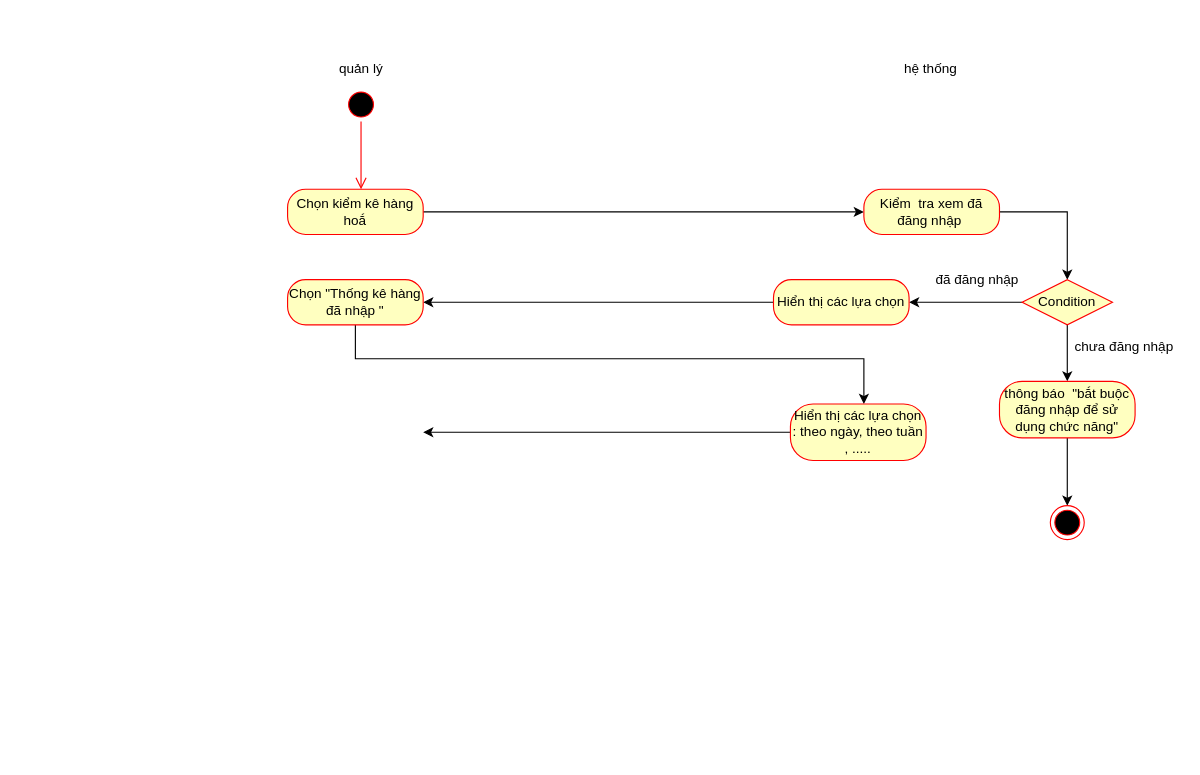
Earlier version of the draw.io diagram page "Page-6" (4 of 16) of Untitled Diagram.drawio (sonha1/aaaa). Source tidied: cells renumbered, new cells numbered last; positions are measured from the earlier drawing's top-left corner, leaving out a move shared by most shapes. Both pictures are drawn from the tidied source at 113%, with x=0, y=0 at pixel (287, 53).
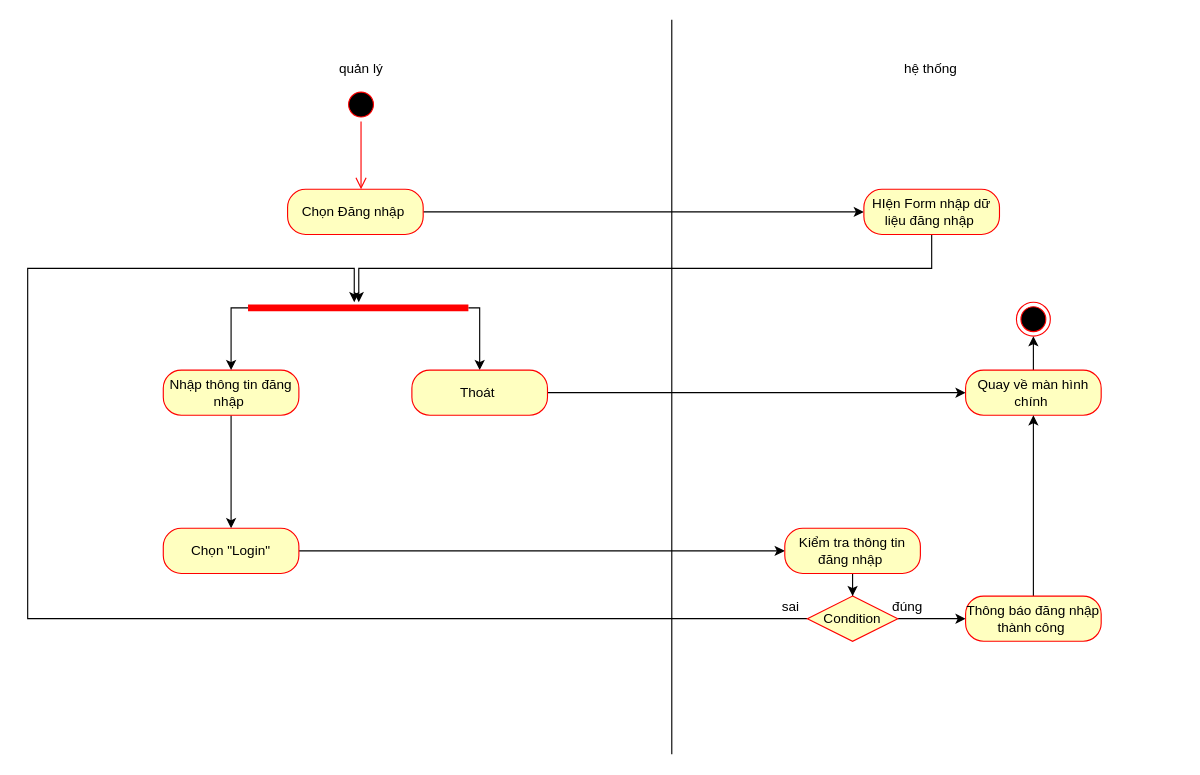
After the change.

What changed in the source:
```diff
@@
-    <mxCell id="7" value="Chọn kiểm kê hàng hoắ" style="rounded=1;whiteSpace=wrap;html=1;arcSize=40;fontColor=#000000;fillColor=#ffffc0;strokeColor=#ff0000;" parent="1" vertex="1">
+    <mxCell id="7" value="Chọn Đăng nhập&amp;nbsp;" style="rounded=1;whiteSpace=wrap;html=1;arcSize=40;fontColor=#000000;fillColor=#ffffc0;strokeColor=#ff0000;" parent="1" vertex="1">
       <mxGeometry y="120" width="120" height="40" as="geometry" />
     </mxCell>
-    <mxCell id="8" style="edgeStyle=orthogonalEdgeStyle;rounded=0;jettySize=auto;html=1;" parent="1" edge="1" source="9" target="12">
-      <mxGeometry relative="1" as="geometry" />
-    </mxCell>
+    <mxCell id="24" style="edgeStyle=orthogonalEdgeStyle;rounded=0;jettySize=auto;html=1;" parent="1" edge="1" source="9" target="28">
+      <mxGeometry relative="1" as="geometry">
+        <Array as="points">
+          <mxPoint x="570" y="190" />
+          <mxPoint x="63" y="190" />
+        </Array>
+      </mxGeometry>
+    </mxCell>
-    <mxCell id="9" value="Kiểm&amp;nbsp; tra xem đã đăng nhập&amp;nbsp;" style="rounded=1;whiteSpace=wrap;html=1;arcSize=40;fontColor=#000000;fillColor=#ffffc0;strokeColor=#ff0000;" parent="1" vertex="1">
+    <mxCell id="9" value="HIện Form nhập dữ liệu đăng nhập&amp;nbsp;" style="rounded=1;whiteSpace=wrap;html=1;arcSize=40;fontColor=#000000;fillColor=#ffffc0;strokeColor=#ff0000;" parent="1" vertex="1">
       <mxGeometry x="510" y="120" width="120" height="40" as="geometry" />
     </mxCell>
-    <mxCell id="10" style="edgeStyle=orthogonalEdgeStyle;rounded=0;jettySize=auto;html=1;entryX=1;entryY=0.5;entryDx=0;entryDy=0;" parent="1" edge="1" source="12" target="14">
-      <mxGeometry relative="1" as="geometry" />
-    </mxCell>
-    <mxCell id="11" style="edgeStyle=orthogonalEdgeStyle;rounded=0;jettySize=auto;html=1;" parent="1" edge="1" source="12" target="17">
-      <mxGeometry relative="1" as="geometry" />
-    </mxCell>
+    <mxCell id="25" style="edgeStyle=orthogonalEdgeStyle;rounded=0;jettySize=auto;html=1;" parent="1" edge="1" source="19">
+      <mxGeometry relative="1" as="geometry">
+        <mxPoint x="-50" y="420" as="targetPoint" />
+      </mxGeometry>
+    </mxCell>
+    <mxCell id="19" value="Nhập thông tin đăng nhập&amp;nbsp;" style="rounded=1;whiteSpace=wrap;html=1;arcSize=40;fontColor=#000000;fillColor=#ffffc0;strokeColor=#ff0000;" parent="1" vertex="1">
+      <mxGeometry x="-110" y="280" width="120" height="40" as="geometry" />
+    </mxCell>
+    <mxCell id="26" style="edgeStyle=orthogonalEdgeStyle;rounded=0;jettySize=auto;html=1;" parent="1" edge="1" source="28" target="19">
+      <mxGeometry relative="1" as="geometry">
+        <Array as="points">
+          <mxPoint x="-50" y="225" />
+        </Array>
+      </mxGeometry>
+    </mxCell>
+    <mxCell id="27" style="edgeStyle=orthogonalEdgeStyle;rounded=0;jettySize=auto;html=1;" parent="1" edge="1" source="28" target="30">
+      <mxGeometry relative="1" as="geometry">
+        <Array as="points">
+          <mxPoint x="170" y="225" />
+        </Array>
+      </mxGeometry>
+    </mxCell>
+    <mxCell id="28" style="shape=line;html=1;strokeWidth=6;strokeColor=#ff0000;" parent="1" vertex="1">
+      <mxGeometry x="-35" y="220" width="195" height="10" as="geometry" />
+    </mxCell>
+    <mxCell id="29" style="edgeStyle=orthogonalEdgeStyle;rounded=0;jettySize=auto;html=1;entryX=0;entryY=0.5;entryDx=0;entryDy=0;" parent="1" edge="1" source="30" target="35">
+      <mxGeometry relative="1" as="geometry" />
+    </mxCell>
+    <mxCell id="30" value="Thoát&amp;nbsp;" style="rounded=1;whiteSpace=wrap;html=1;arcSize=40;fontColor=#000000;fillColor=#ffffc0;strokeColor=#ff0000;" parent="1" vertex="1">
+      <mxGeometry x="110" y="280" width="120" height="40" as="geometry" />
+    </mxCell>
+    <mxCell id="31" style="endArrow=none;html=1;edgeStyle=orthogonalEdgeStyle;rounded=0;" parent="1" edge="1">
+      <mxGeometry relative="1" as="geometry">
+        <mxPoint x="340" y="620" as="sourcePoint" />
+        <mxPoint x="340" y="-30" as="targetPoint" />
+        <Array as="points">
+          <mxPoint x="340" y="-30" />
+        </Array>
+      </mxGeometry>
+    </mxCell>
+    <mxCell id="32" style="edgeStyle=orthogonalEdgeStyle;rounded=0;jettySize=auto;html=1;" parent="1" edge="1" source="33">
+      <mxGeometry relative="1" as="geometry">
+        <mxPoint x="440" y="440" as="targetPoint" />
+      </mxGeometry>
+    </mxCell>
+    <mxCell id="33" value="Chọn &quot;Login&quot;" style="rounded=1;whiteSpace=wrap;html=1;arcSize=40;fontColor=#000000;fillColor=#ffffc0;strokeColor=#ff0000;" parent="1" vertex="1">
+      <mxGeometry x="-110" y="420" width="120" height="40" as="geometry" />
+    </mxCell>
+    <mxCell id="34" style="edgeStyle=orthogonalEdgeStyle;rounded=0;jettySize=auto;html=1;entryX=0.5;entryY=1;entryDx=0;entryDy=0;" parent="1" edge="1" source="35" target="44">
+      <mxGeometry relative="1" as="geometry" />
+    </mxCell>
+    <mxCell id="35" value="Quay về màn hình chính&amp;nbsp;" style="rounded=1;whiteSpace=wrap;html=1;arcSize=40;fontColor=#000000;fillColor=#ffffc0;strokeColor=#ff0000;" parent="1" vertex="1">
+      <mxGeometry x="600" y="280" width="120" height="40" as="geometry" />
+    </mxCell>
+    <mxCell id="36" style="edgeStyle=orthogonalEdgeStyle;rounded=0;jettySize=auto;html=1;" parent="1" edge="1" source="37" target="12">
+      <mxGeometry relative="1" as="geometry" />
+    </mxCell>
+    <mxCell id="37" value="Kiểm tra thông tin đăng nhập&amp;nbsp;" style="rounded=1;whiteSpace=wrap;html=1;arcSize=40;fontColor=#000000;fillColor=#ffffc0;strokeColor=#ff0000;" parent="1" vertex="1">
+      <mxGeometry x="440" y="420" width="120" height="40" as="geometry" />
+    </mxCell>
+    <mxCell id="38" style="edgeStyle=orthogonalEdgeStyle;rounded=0;jettySize=auto;html=1;" parent="1" edge="1" source="12">
+      <mxGeometry relative="1" as="geometry">
+        <mxPoint x="59" y="220" as="targetPoint" />
+        <Array as="points">
+          <mxPoint x="-230" y="500" />
+          <mxPoint x="-230" y="190" />
+          <mxPoint x="59" y="190" />
+        </Array>
+      </mxGeometry>
+    </mxCell>
+    <mxCell id="39" style="edgeStyle=orthogonalEdgeStyle;rounded=0;jettySize=auto;html=1;" parent="1" edge="1" source="12">
+      <mxGeometry relative="1" as="geometry">
+        <mxPoint x="600" y="500" as="targetPoint" />
+      </mxGeometry>
+    </mxCell>
     <mxCell id="12" value="Condition" style="rhombus;whiteSpace=wrap;html=1;fillColor=#ffffc0;strokeColor=#ff0000;" parent="1" vertex="1">
-      <mxGeometry x="650" y="200" width="80" height="40" as="geometry" />
+      <mxGeometry x="460" y="480" width="80" height="40" as="geometry" />
     </mxCell>
-    <mxCell id="13" style="edgeStyle=orthogonalEdgeStyle;rounded=0;jettySize=auto;html=1;" parent="1" edge="1" source="14">
-      <mxGeometry relative="1" as="geometry">
-        <mxPoint x="120" y="220" as="targetPoint" />
-      </mxGeometry>
-    </mxCell>
-    <mxCell id="14" value="Hiển thị các lựa chọn" style="rounded=1;whiteSpace=wrap;html=1;arcSize=40;fontColor=#000000;fillColor=#ffffc0;strokeColor=#ff0000;" parent="1" vertex="1">
-      <mxGeometry x="430" y="200" width="120" height="40" as="geometry" />
-    </mxCell>
-    <mxCell id="15" value="đã đăng nhập" style="text;html=1;align=center;verticalAlign=middle;strokeColor=none;fillColor=none;" parent="1" vertex="1">
-      <mxGeometry x="565" y="190" width="90" height="20" as="geometry" />
-    </mxCell>
-    <mxCell id="16" style="edgeStyle=orthogonalEdgeStyle;rounded=0;jettySize=auto;html=1;entryX=0.5;entryY=0;entryDx=0;entryDy=0;" parent="1" edge="1" source="17">
-      <mxGeometry relative="1" as="geometry">
-        <mxPoint x="690" y="400" as="targetPoint" />
-      </mxGeometry>
-    </mxCell>
-    <mxCell id="17" value="thông báo&amp;nbsp; &quot;bắt buộc đăng nhập để sử dụng chức năng&quot;" style="rounded=1;whiteSpace=wrap;html=1;arcSize=40;fontColor=#000000;fillColor=#ffffc0;strokeColor=#ff0000;" parent="1" vertex="1">
-      <mxGeometry x="630" y="290" width="120" height="50" as="geometry" />
-    </mxCell>
-    <mxCell id="18" style="edgeStyle=orthogonalEdgeStyle;rounded=0;jettySize=auto;html=1;entryX=0.542;entryY=0;entryDx=0;entryDy=0;entryPerimeter=0;" parent="1" edge="1" source="19">
-      <mxGeometry relative="1" as="geometry">
-        <mxPoint x="510" y="310" as="targetPoint" />
-        <Array as="points">
-          <mxPoint x="60" y="270" />
-          <mxPoint x="510" y="270" />
-        </Array>
-      </mxGeometry>
-    </mxCell>
-    <mxCell id="19" value="Chọn &quot;Thống kê hàng đã nhập &quot;" style="rounded=1;whiteSpace=wrap;html=1;arcSize=40;fontColor=#000000;fillColor=#ffffc0;strokeColor=#ff0000;" parent="1" vertex="1">
-      <mxGeometry y="200" width="120" height="40" as="geometry" />
-    </mxCell>
-    <mxCell id="20" value="chưa đăng nhập" style="text;html=1;align=center;verticalAlign=middle;strokeColor=none;fillColor=none;" parent="1" vertex="1">
-      <mxGeometry x="690" y="250" width="100" height="20" as="geometry" />
-    </mxCell>
-    <mxCell id="21" style="ellipse;html=1;shape=endState;fillColor=#000000;strokeColor=#ff0000;" parent="1" vertex="1">
-      <mxGeometry x="675" y="400" width="30" height="30" as="geometry" />
-    </mxCell>
-    <mxCell id="22" style="edgeStyle=orthogonalEdgeStyle;rounded=0;jettySize=auto;html=1;" parent="1" edge="1" source="23">
-      <mxGeometry relative="1" as="geometry">
-        <mxPoint x="120" y="335" as="targetPoint" />
-      </mxGeometry>
-    </mxCell>
-    <mxCell id="23" value="Hiển thị các lựa chọn : theo ngày, theo tuần , ....." style="rounded=1;whiteSpace=wrap;html=1;arcSize=40;fontColor=#000000;fillColor=#ffffc0;strokeColor=#ff0000;" parent="1" vertex="1">
-      <mxGeometry x="445" y="310" width="120" height="50" as="geometry" />
-    </mxCell>
+    <mxCell id="40" value="đúng&amp;nbsp;" style="text;html=1;align=center;verticalAlign=middle;strokeColor=none;fillColor=none;" parent="1" vertex="1">
+      <mxGeometry x="525" y="480" width="50" height="20" as="geometry" />
+    </mxCell>
+    <mxCell id="41" value="sai" style="text;html=1;align=center;verticalAlign=middle;strokeColor=none;fillColor=none;" parent="1" vertex="1">
+      <mxGeometry x="430" y="480" width="30" height="20" as="geometry" />
+    </mxCell>
+    <mxCell id="42" style="edgeStyle=orthogonalEdgeStyle;rounded=0;jettySize=auto;html=1;entryX=0.5;entryY=1;entryDx=0;entryDy=0;" parent="1" edge="1" source="43" target="35">
+      <mxGeometry relative="1" as="geometry">
+        <Array as="points">
+          <mxPoint x="660" y="350" />
+          <mxPoint x="660" y="350" />
+        </Array>
+      </mxGeometry>
+    </mxCell>
+    <mxCell id="43" value="Thông báo đăng nhập thành công&amp;nbsp;" style="rounded=1;whiteSpace=wrap;html=1;arcSize=40;fontColor=#000000;fillColor=#ffffc0;strokeColor=#ff0000;" parent="1" vertex="1">
+      <mxGeometry x="600" y="480" width="120" height="40" as="geometry" />
+    </mxCell>
+    <mxCell id="44" style="ellipse;html=1;shape=endState;fillColor=#000000;strokeColor=#ff0000;" parent="1" vertex="1">
+      <mxGeometry x="645" y="220" width="30" height="30" as="geometry" />
+    </mxCell>
```
